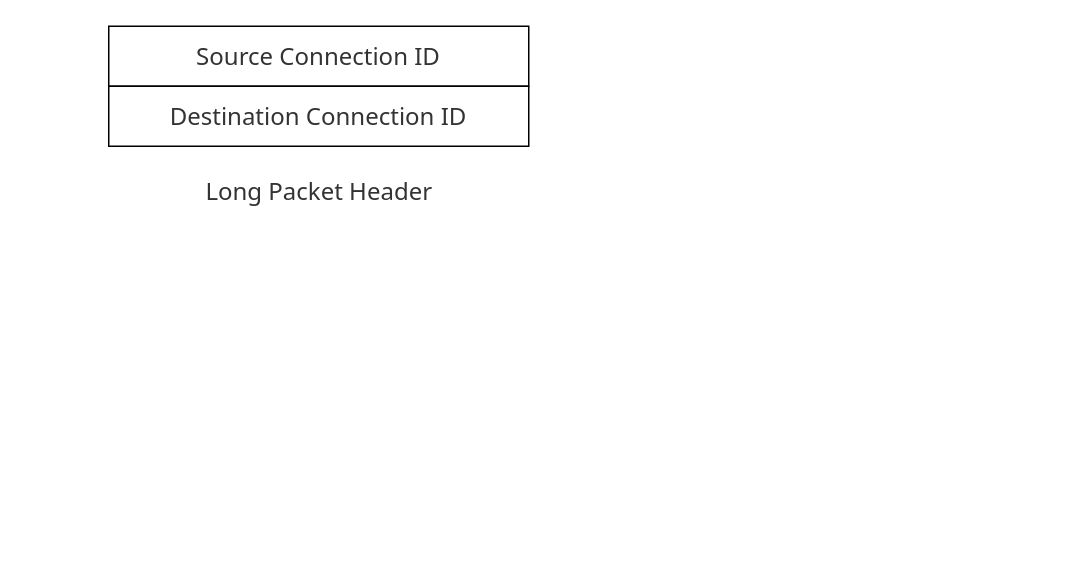
Above: 网络/quic/quicheader.drawio in xiaolincoder/ImageHost4 (draw.io), before the change. Source tidied: cells renumbered, new cells numbered last; positions are measured from the earlier drawing's top-left corner, leaving out a move shared by most shapes. Both pictures are drawn from the tidied source at 150%, with x=0, y=0 at pixel (108, 26).
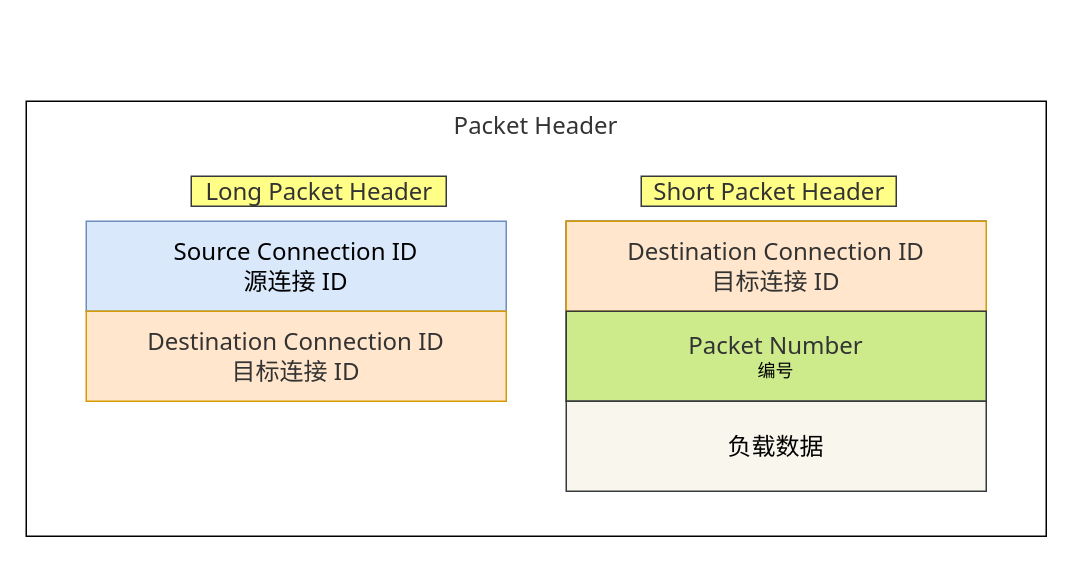
Above is the later version.

What changed in the source:
```diff
@@
 <mxGraphModel>
   <root>
     <mxCell id="0" />
     <mxCell id="1" parent="0" />
+    <mxCell id="5" value="&lt;span style=&quot;color: rgb(51 , 51 , 51) ; font-family: &amp;#34;pingfang sc&amp;#34; , &amp;#34;avenir&amp;#34; , &amp;#34;tahoma&amp;#34; , &amp;#34;arial&amp;#34; , &amp;#34;lantinghei sc&amp;#34; , &amp;#34;microsoft yahei&amp;#34; , &amp;#34;hiragino sans gb&amp;#34; , &amp;#34;microsoft sans serif&amp;#34; , &amp;#34;wenquanyi micro hei&amp;#34; , &amp;#34;helvetica&amp;#34; , sans-serif ; background-color: rgb(255 , 255 , 255)&quot;&gt;Packet Header&lt;/span&gt;" style="rounded=0;whiteSpace=wrap;html=1;labelBackgroundColor=none;fontSize=16;fontColor=default;strokeColor=default;fillColor=default;verticalAlign=top;" parent="1" vertex="1">
+      <mxGeometry x="-55" y="50" width="680" height="290" as="geometry" />
+    </mxCell>
+    <mxCell id="4" value="&lt;span style=&quot;color: rgb(51, 51, 51); font-family: &amp;quot;pingfang sc&amp;quot;, avenir, tahoma, arial, &amp;quot;lantinghei sc&amp;quot;, &amp;quot;microsoft yahei&amp;quot;, &amp;quot;hiragino sans gb&amp;quot;, &amp;quot;microsoft sans serif&amp;quot;, &amp;quot;wenquanyi micro hei&amp;quot;, helvetica, sans-serif; font-size: 16px;&quot;&gt;Long Packet Header&lt;/span&gt;" style="text;html=1;align=center;verticalAlign=middle;strokeColor=#36393d;fillColor=#ffff88;labelBackgroundColor=none;" parent="1" vertex="1">
+      <mxGeometry x="55" y="100" width="170" height="20" as="geometry" />
+    </mxCell>
+    <mxCell id="6" value="&lt;span style=&quot;color: rgb(51, 51, 51); font-family: &amp;quot;pingfang sc&amp;quot;, avenir, tahoma, arial, &amp;quot;lantinghei sc&amp;quot;, &amp;quot;microsoft yahei&amp;quot;, &amp;quot;hiragino sans gb&amp;quot;, &amp;quot;microsoft sans serif&amp;quot;, &amp;quot;wenquanyi micro hei&amp;quot;, helvetica, sans-serif; font-size: 16px;&quot;&gt;Short Packet Header&lt;/span&gt;" style="text;html=1;align=center;verticalAlign=middle;strokeColor=#36393d;fillColor=#ffff88;labelBackgroundColor=none;" parent="1" vertex="1">
+      <mxGeometry x="355" y="100" width="170" height="20" as="geometry" />
+    </mxCell>
+    <mxCell id="7" style="group;" parent="1" vertex="1">
+      <mxGeometry x="-15" y="130" width="280" height="120" as="geometry" />
+    </mxCell>
-    <mxCell id="2" value="&lt;span style=&quot;color: rgb(51 , 51 , 51) ; font-family: &amp;#34;pingfang sc&amp;#34; , &amp;#34;avenir&amp;#34; , &amp;#34;tahoma&amp;#34; , &amp;#34;arial&amp;#34; , &amp;#34;lantinghei sc&amp;#34; , &amp;#34;microsoft yahei&amp;#34; , &amp;#34;hiragino sans gb&amp;#34; , &amp;#34;microsoft sans serif&amp;#34; , &amp;#34;wenquanyi micro hei&amp;#34; , &amp;#34;helvetica&amp;#34; , sans-serif ; font-size: 16px ; background-color: rgb(255 , 255 , 255)&quot;&gt;Source Connection ID&lt;/span&gt;" style="rounded=0;whiteSpace=wrap;html=1;" parent="1" vertex="1">
-      <mxGeometry width="280" height="40" as="geometry" />
+    <mxCell id="2" value="&lt;span style=&quot;font-family: &amp;#34;pingfang sc&amp;#34; , &amp;#34;avenir&amp;#34; , &amp;#34;tahoma&amp;#34; , &amp;#34;arial&amp;#34; , &amp;#34;lantinghei sc&amp;#34; , &amp;#34;microsoft yahei&amp;#34; , &amp;#34;hiragino sans gb&amp;#34; , &amp;#34;microsoft sans serif&amp;#34; , &amp;#34;wenquanyi micro hei&amp;#34; , &amp;#34;helvetica&amp;#34; , sans-serif ; font-size: 16px&quot;&gt;Source Connection ID&lt;br&gt;源连接 ID&lt;br&gt;&lt;/span&gt;" style="rounded=0;html=1;fillColor=#dae8fc;strokeColor=#6c8ebf;whiteSpace=wrap;labelBackgroundColor=none;" parent="7" vertex="1">
+      <mxGeometry width="280" height="60" as="geometry" />
     </mxCell>
-    <mxCell id="3" value="&lt;span style=&quot;color: rgb(51 , 51 , 51) ; font-family: &amp;#34;pingfang sc&amp;#34; , &amp;#34;avenir&amp;#34; , &amp;#34;tahoma&amp;#34; , &amp;#34;arial&amp;#34; , &amp;#34;lantinghei sc&amp;#34; , &amp;#34;microsoft yahei&amp;#34; , &amp;#34;hiragino sans gb&amp;#34; , &amp;#34;microsoft sans serif&amp;#34; , &amp;#34;wenquanyi micro hei&amp;#34; , &amp;#34;helvetica&amp;#34; , sans-serif ; font-size: 16px ; background-color: rgb(255 , 255 , 255)&quot;&gt;Destination Connection ID&lt;/span&gt;" style="rounded=0;whiteSpace=wrap;html=1;" parent="1" vertex="1">
-      <mxGeometry y="40" width="280" height="40" as="geometry" />
+    <mxCell id="3" value="&lt;span style=&quot;color: rgb(51 , 51 , 51) ; font-family: &amp;#34;pingfang sc&amp;#34; , &amp;#34;avenir&amp;#34; , &amp;#34;tahoma&amp;#34; , &amp;#34;arial&amp;#34; , &amp;#34;lantinghei sc&amp;#34; , &amp;#34;microsoft yahei&amp;#34; , &amp;#34;hiragino sans gb&amp;#34; , &amp;#34;microsoft sans serif&amp;#34; , &amp;#34;wenquanyi micro hei&amp;#34; , &amp;#34;helvetica&amp;#34; , sans-serif ; font-size: 16px&quot;&gt;Destination Connection ID&lt;br&gt;目标连接 ID&lt;br&gt;&lt;/span&gt;" style="rounded=0;whiteSpace=wrap;html=1;fillColor=#ffe6cc;strokeColor=#d79b00;labelBackgroundColor=none;" parent="7" vertex="1">
+      <mxGeometry y="60" width="280" height="60" as="geometry" />
     </mxCell>
-    <mxCell id="4" value="&lt;span style=&quot;color: rgb(51 , 51 , 51) ; font-family: &amp;#34;pingfang sc&amp;#34; , &amp;#34;avenir&amp;#34; , &amp;#34;tahoma&amp;#34; , &amp;#34;arial&amp;#34; , &amp;#34;lantinghei sc&amp;#34; , &amp;#34;microsoft yahei&amp;#34; , &amp;#34;hiragino sans gb&amp;#34; , &amp;#34;microsoft sans serif&amp;#34; , &amp;#34;wenquanyi micro hei&amp;#34; , &amp;#34;helvetica&amp;#34; , sans-serif ; font-size: 16px ; background-color: rgb(255 , 255 , 255)&quot;&gt;Long Packet Header&lt;/span&gt;" style="text;html=1;align=center;verticalAlign=middle;strokeColor=none;fillColor=none;" parent="1" vertex="1">
-      <mxGeometry x="55" y="100" width="170" height="20" as="geometry" />
-    </mxCell>
+    <mxCell id="8" style="group;fontSize=16;fillColor=#cdeb8b;strokeColor=#36393d;" parent="1" vertex="1">
+      <mxGeometry x="305" y="130" width="280" height="120" as="geometry" />
+    </mxCell>
+    <mxCell id="9" value="&lt;span style=&quot;color: rgb(51 , 51 , 51) ; font-family: &amp;#34;pingfang sc&amp;#34; , &amp;#34;avenir&amp;#34; , &amp;#34;tahoma&amp;#34; , &amp;#34;arial&amp;#34; , &amp;#34;lantinghei sc&amp;#34; , &amp;#34;microsoft yahei&amp;#34; , &amp;#34;hiragino sans gb&amp;#34; , &amp;#34;microsoft sans serif&amp;#34; , &amp;#34;wenquanyi micro hei&amp;#34; , &amp;#34;helvetica&amp;#34; , sans-serif ; font-size: 16px&quot;&gt;Destination Connection ID&lt;br&gt;&lt;/span&gt;&lt;span style=&quot;color: rgb(51 , 51 , 51) ; font-family: &amp;#34;pingfang sc&amp;#34; , &amp;#34;avenir&amp;#34; , &amp;#34;tahoma&amp;#34; , &amp;#34;arial&amp;#34; , &amp;#34;lantinghei sc&amp;#34; , &amp;#34;microsoft yahei&amp;#34; , &amp;#34;hiragino sans gb&amp;#34; , &amp;#34;microsoft sans serif&amp;#34; , &amp;#34;wenquanyi micro hei&amp;#34; , &amp;#34;helvetica&amp;#34; , sans-serif ; font-size: 16px&quot;&gt;目标连接 ID&lt;/span&gt;&lt;span style=&quot;color: rgb(51 , 51 , 51) ; font-family: &amp;#34;pingfang sc&amp;#34; , &amp;#34;avenir&amp;#34; , &amp;#34;tahoma&amp;#34; , &amp;#34;arial&amp;#34; , &amp;#34;lantinghei sc&amp;#34; , &amp;#34;microsoft yahei&amp;#34; , &amp;#34;hiragino sans gb&amp;#34; , &amp;#34;microsoft sans serif&amp;#34; , &amp;#34;wenquanyi micro hei&amp;#34; , &amp;#34;helvetica&amp;#34; , sans-serif ; font-size: 16px&quot;&gt;&lt;br&gt;&lt;/span&gt;" style="rounded=0;whiteSpace=wrap;html=1;fillColor=#ffe6cc;strokeColor=#d79b00;labelBackgroundColor=none;" parent="8" vertex="1">
+      <mxGeometry width="280" height="60" as="geometry" />
+    </mxCell>
+    <mxCell id="10" value="&lt;span style=&quot;color: rgb(51, 51, 51); font-family: &amp;quot;pingfang sc&amp;quot;, avenir, tahoma, arial, &amp;quot;lantinghei sc&amp;quot;, &amp;quot;microsoft yahei&amp;quot;, &amp;quot;hiragino sans gb&amp;quot;, &amp;quot;microsoft sans serif&amp;quot;, &amp;quot;wenquanyi micro hei&amp;quot;, helvetica, sans-serif; font-size: 16px;&quot;&gt;Packet Number&lt;br&gt;&lt;/span&gt;编号" style="rounded=0;whiteSpace=wrap;html=1;fillColor=#cdeb8b;strokeColor=#36393d;labelBackgroundColor=none;" parent="8" vertex="1">
+      <mxGeometry y="60" width="280" height="60" as="geometry" />
+    </mxCell>
+    <mxCell id="11" value="负载数据" style="rounded=0;whiteSpace=wrap;html=1;labelBackgroundColor=none;fontSize=16;strokeColor=#36393d;fillColor=#f9f7ed;" parent="1" vertex="1">
+      <mxGeometry x="305" y="250" width="280" height="60" as="geometry" />
+    </mxCell>
   </root>
 </mxGraphModel>
```
